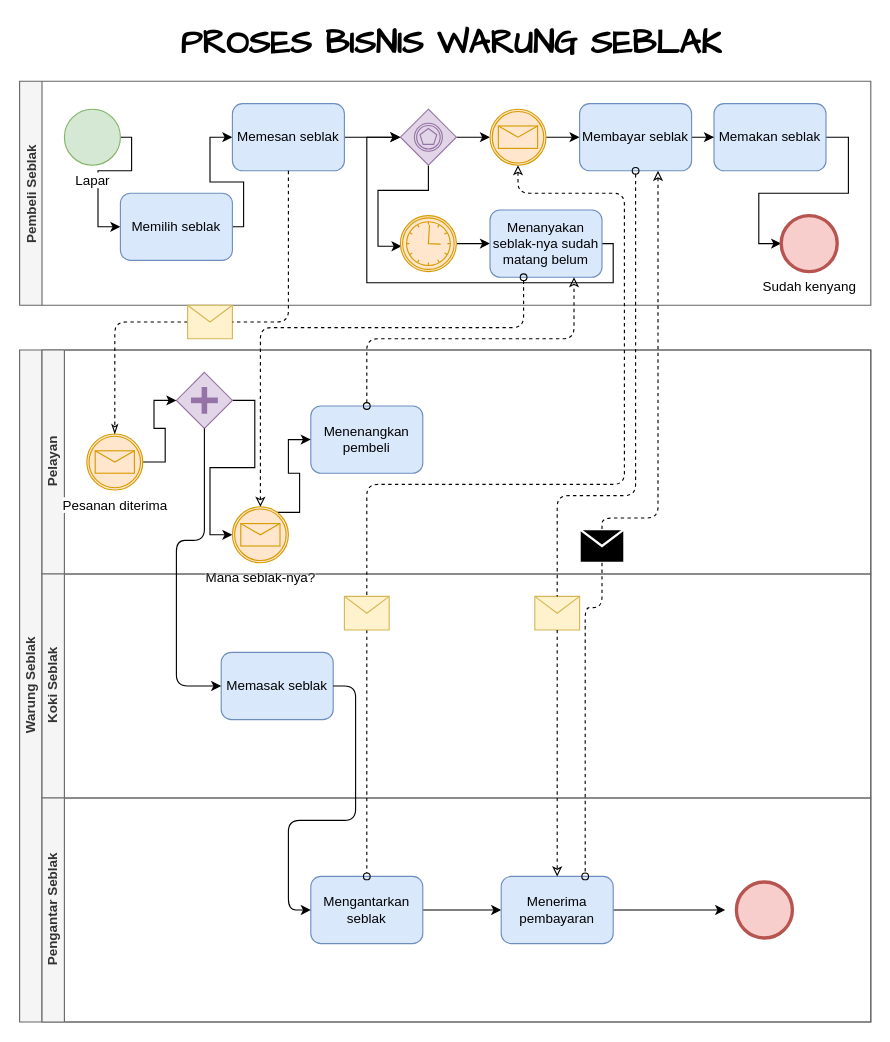
The draw.io diagram Tugas/BPMN5.drawio in kucingtakucin/Proses-Bisnis-dan-SIM, before the edit. Source tidied: cells renumbered, new cells numbered last; positions are measured from the earlier drawing's top-left corner, leaving out a move shared by most shapes. Both pictures are drawn from the tidied source at 112%, with x=0, y=0 at pixel (19, 25).
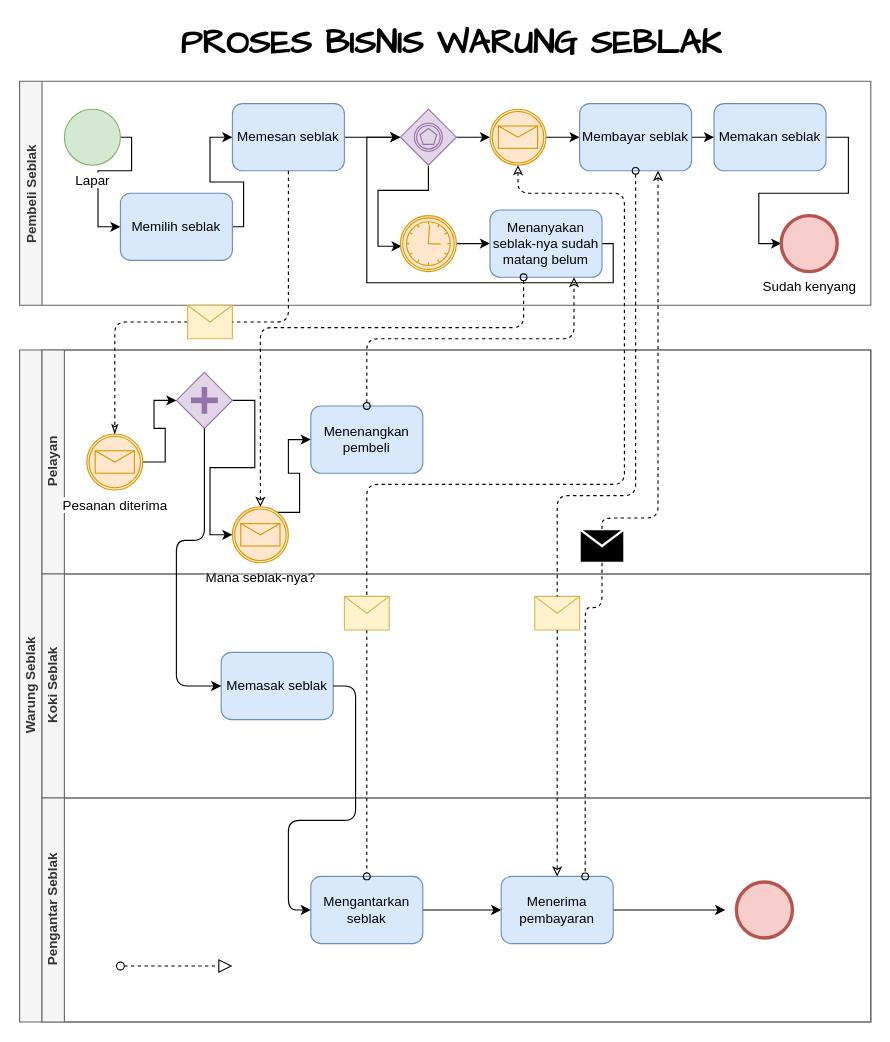
Above is the later version.

The change refers to these unchanged cells:
```xml
<mxCell id="37" value="Pengantar Seblak" style="swimlane;html=1;startSize=20;horizontal=0;fillColor=#f5f5f5;strokeColor=#666666;fontColor=#333333;" parent="24" vertex="1">
  <mxGeometry x="20" y="400" width="740" height="200" as="geometry" />
</mxCell>
```

Change to the diagram source:
```diff
@@
+    <mxCell id="57" style="startArrow=oval;startFill=0;startSize=7;endArrow=block;endFill=0;endSize=10;dashed=1;html=1;strokeColor=#000000;" parent="37" edge="1">
+      <mxGeometry relative="1" as="geometry">
+        <mxPoint x="70" y="150" as="sourcePoint" />
+        <mxPoint x="170" y="150" as="targetPoint" />
+      </mxGeometry>
+    </mxCell>
```
